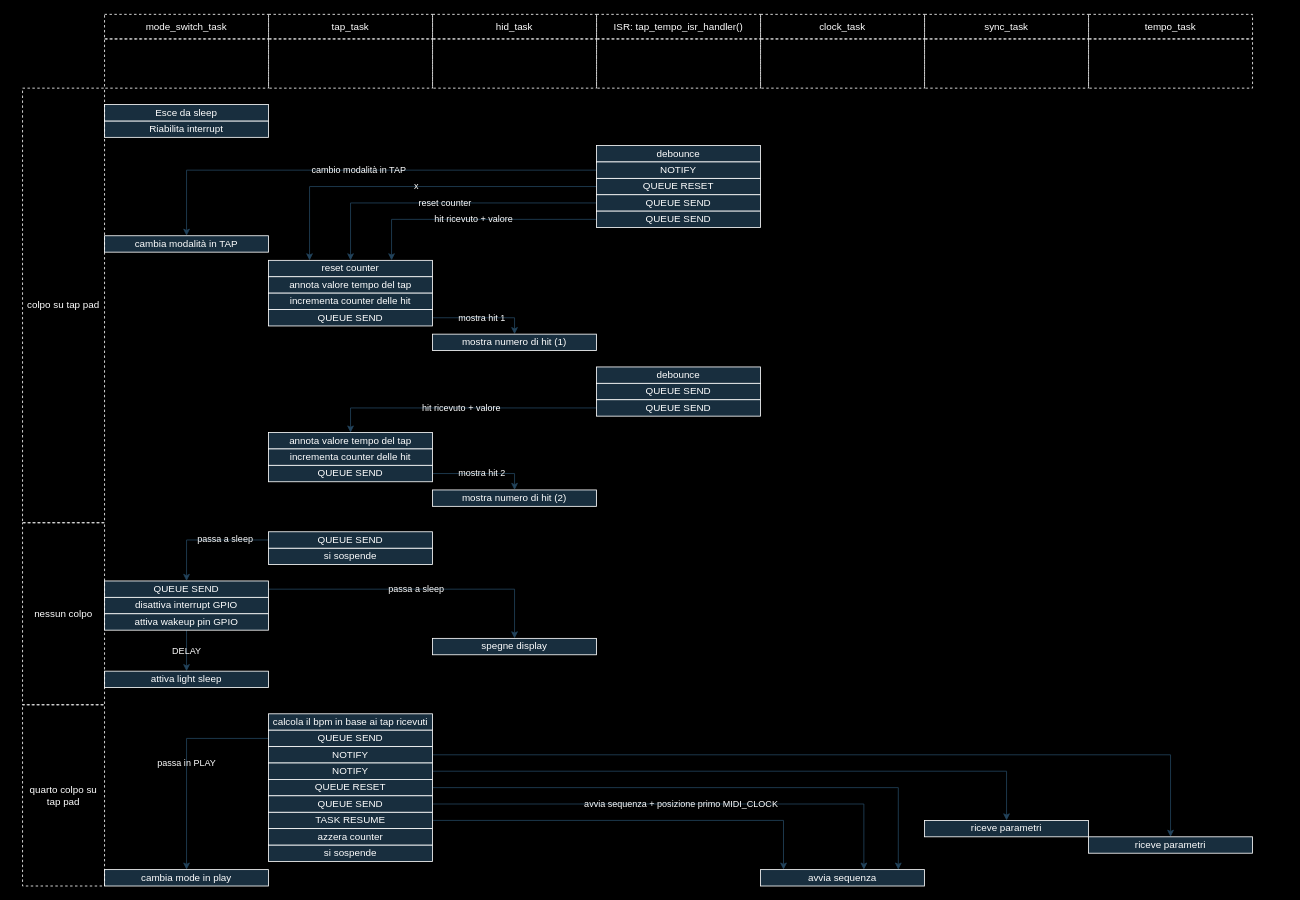
Above: drawings/From_tap_to_clock.drawio in carlo-monti/beat_catcher_2 (draw.io), before the change. Source tidied: cells renumbered, new cells numbered last; positions are measured from the earlier drawing's top-left corner, leaving out a move shared by most shapes. Both pictures are drawn from the tidied source at 82%, with x=0, y=0 at pixel (22, 14).
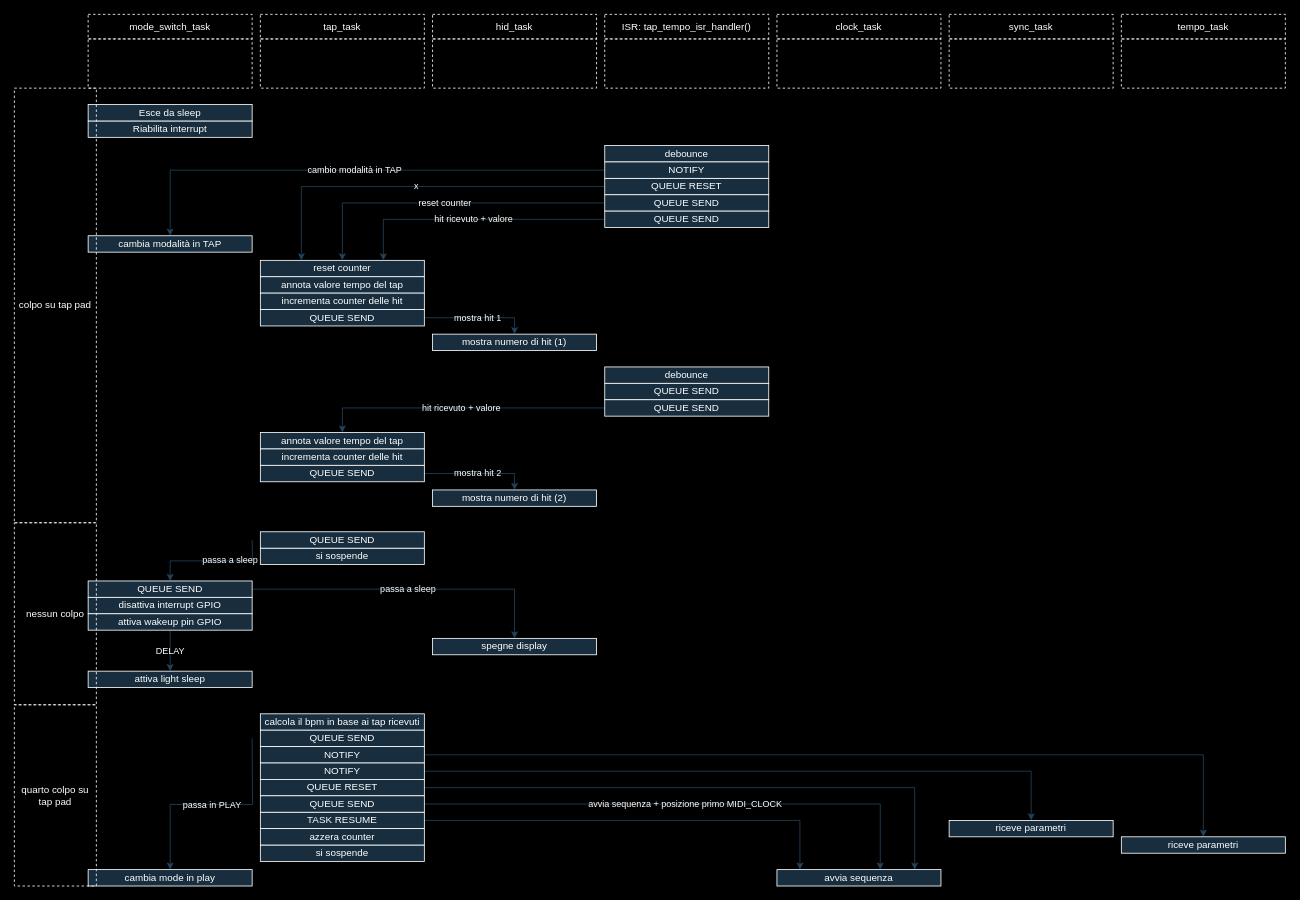
The same page after the edit.

The edit, as a diff of the source:
```diff
@@
     <mxCell id="2" value="&lt;div&gt;Riabilita interrupt&lt;br&gt;&lt;/div&gt;" style="rounded=0;whiteSpace=wrap;html=1;labelBackgroundColor=none;fillColor=#182E3E;strokeColor=#FFFFFF;fontColor=#FFFFFF;" parent="1" vertex="1">
-      <mxGeometry x="100" y="130" width="200" height="20" as="geometry" />
+      <mxGeometry x="80" y="130" width="200" height="20" as="geometry" />
     </mxCell>
@@
     <mxCell id="7" value="reset counter" style="rounded=0;whiteSpace=wrap;html=1;labelBackgroundColor=none;fillColor=#182E3E;strokeColor=#FFFFFF;fontColor=#FFFFFF;" parent="1" vertex="1">
-      <mxGeometry x="300" y="300" width="200" height="20" as="geometry" />
+      <mxGeometry x="290" y="300" width="200" height="20" as="geometry" />
     </mxCell>
@@
     <mxCell id="9" value="cambia modalità in TAP" style="rounded=0;whiteSpace=wrap;html=1;labelBackgroundColor=none;fillColor=#182E3E;strokeColor=#FFFFFF;fontColor=#FFFFFF;" parent="1" vertex="1">
-      <mxGeometry x="100" y="270" width="200" height="20" as="geometry" />
+      <mxGeometry x="80" y="270" width="200" height="20" as="geometry" />
     </mxCell>
     <mxCell id="10" value="debounce" style="rounded=0;whiteSpace=wrap;html=1;labelBackgroundColor=none;fillColor=#182E3E;strokeColor=#FFFFFF;fontColor=#FFFFFF;" parent="1" vertex="1">
-      <mxGeometry x="700" y="430" width="200" height="20" as="geometry" />
+      <mxGeometry x="710" y="430" width="200" height="20" as="geometry" />
     </mxCell>
@@
-    <mxCell id="13" style="edgeStyle=orthogonalEdgeStyle;rounded=0;jettySize=auto;html=1;exitX=0;exitY=0.5;exitDx=0;exitDy=0;entryX=0.5;entryY=0;entryDx=0;entryDy=0;labelBackgroundColor=none;fontColor=#FFFFFF;strokeColor=#23445D;" parent="1" edge="1" source="41" target="17">
-      <mxGeometry relative="1" as="geometry" />
+    <mxCell id="13" style="edgeStyle=orthogonalEdgeStyle;rounded=0;jettySize=auto;html=1;exitX=0;exitY=0.5;exitDx=0;exitDy=0;entryX=0.5;entryY=0;entryDx=0;entryDy=0;labelBackgroundColor=none;fontColor=#FFFFFF;strokeColor=#23445D;" parent="1" edge="1" target="17">
+      <mxGeometry relative="1" as="geometry">
+        <mxPoint x="280" y="641" as="sourcePoint" />
+      </mxGeometry>
     </mxCell>
@@
     <mxCell id="15" value="si sospende" style="rounded=0;whiteSpace=wrap;html=1;labelBackgroundColor=none;fillColor=#182E3E;strokeColor=#FFFFFF;fontColor=#FFFFFF;" parent="1" vertex="1">
-      <mxGeometry x="300" y="651" width="200" height="20" as="geometry" />
+      <mxGeometry x="290" y="651" width="200" height="20" as="geometry" />
     </mxCell>
@@
     <mxCell id="17" value="QUEUE SEND" style="rounded=0;whiteSpace=wrap;html=1;labelBackgroundColor=none;fillColor=#182E3E;strokeColor=#FFFFFF;fontColor=#FFFFFF;" parent="1" vertex="1">
-      <mxGeometry x="100" y="691" width="200" height="20" as="geometry" />
+      <mxGeometry x="80" y="691" width="200" height="20" as="geometry" />
     </mxCell>
@@
     <mxCell id="20" value="TASK RESUME" style="rounded=0;whiteSpace=wrap;html=1;labelBackgroundColor=none;fillColor=#182E3E;strokeColor=#FFFFFF;fontColor=#FFFFFF;" parent="1" vertex="1">
-      <mxGeometry x="300" y="973" width="200" height="20" as="geometry" />
+      <mxGeometry x="290" y="973" width="200" height="20" as="geometry" />
     </mxCell>
     <mxCell id="21" value="cambia mode in play" style="rounded=0;whiteSpace=wrap;html=1;labelBackgroundColor=none;fillColor=#182E3E;strokeColor=#FFFFFF;fontColor=#FFFFFF;" parent="1" vertex="1">
-      <mxGeometry x="100" y="1043" width="200" height="20" as="geometry" />
+      <mxGeometry x="80" y="1043" width="200" height="20" as="geometry" />
     </mxCell>
     <mxCell id="22" value="avvia sequenza" style="rounded=0;whiteSpace=wrap;html=1;points=[[0,0,0,0,0],[0,0.25,0,0,0],[0,0.5,0,0,0],[0,0.75,0,0,0],[0,1,0,0,0],[0.14,0,0,0,0],[0.25,1,0,0,0],[0.38,0,0,0,0],[0.5,1,0,0,0],[0.63,0,0,0,0],[0.75,1,0,0,0],[0.84,0,0,0,0],[1,0,0,0,0],[1,0.25,0,0,0],[1,0.5,0,0,0],[1,0.75,0,0,0],[1,1,0,0,0]];labelBackgroundColor=none;fillColor=#182E3E;strokeColor=#FFFFFF;fontColor=#FFFFFF;" parent="1" vertex="1">
-      <mxGeometry x="900" y="1043" width="200" height="20" as="geometry" />
+      <mxGeometry x="920" y="1043" width="200" height="20" as="geometry" />
     </mxCell>
     <mxCell id="23" value="riceve parametri" style="rounded=0;whiteSpace=wrap;html=1;labelBackgroundColor=none;fillColor=#182E3E;strokeColor=#FFFFFF;fontColor=#FFFFFF;" parent="1" vertex="1">
-      <mxGeometry x="1100" y="983" width="200" height="20" as="geometry" />
+      <mxGeometry x="1130" y="983" width="200" height="20" as="geometry" />
     </mxCell>
     <mxCell id="24" value="riceve parametri" style="rounded=0;whiteSpace=wrap;html=1;labelBackgroundColor=none;fillColor=#182E3E;strokeColor=#FFFFFF;fontColor=#FFFFFF;" parent="1" vertex="1">
-      <mxGeometry x="1300" y="1003" width="200" height="20" as="geometry" />
+      <mxGeometry x="1340" y="1003" width="200" height="20" as="geometry" />
     </mxCell>
     <mxCell id="25" value="debounce" style="rounded=0;whiteSpace=wrap;html=1;labelBackgroundColor=none;fillColor=#182E3E;strokeColor=#FFFFFF;fontColor=#FFFFFF;" parent="1" vertex="1">
-      <mxGeometry x="700" y="160" width="200" height="20" as="geometry" />
+      <mxGeometry x="710" y="160" width="200" height="20" as="geometry" />
     </mxCell>
     <mxCell id="26" value="QUEUE RESET" style="rounded=0;whiteSpace=wrap;html=1;labelBackgroundColor=none;fillColor=#182E3E;strokeColor=#FFFFFF;fontColor=#FFFFFF;" parent="1" vertex="1">
-      <mxGeometry x="700" y="200" width="200" height="20" as="geometry" />
+      <mxGeometry x="710" y="200" width="200" height="20" as="geometry" />
     </mxCell>
     <mxCell id="27" value="NOTIFY" style="rounded=0;whiteSpace=wrap;html=1;labelBackgroundColor=none;fillColor=#182E3E;strokeColor=#FFFFFF;fontColor=#FFFFFF;" parent="1" vertex="1">
-      <mxGeometry x="700" y="180" width="200" height="20" as="geometry" />
+      <mxGeometry x="710" y="180" width="200" height="20" as="geometry" />
     </mxCell>
     <mxCell id="28" value="QUEUE SEND" style="rounded=0;whiteSpace=wrap;html=1;labelBackgroundColor=none;fillColor=#182E3E;strokeColor=#FFFFFF;fontColor=#FFFFFF;" parent="1" vertex="1">
-      <mxGeometry x="700" y="220" width="200" height="20" as="geometry" />
+      <mxGeometry x="710" y="220" width="200" height="20" as="geometry" />
     </mxCell>
@@
     <mxCell id="30" value="QUEUE SEND" style="rounded=0;whiteSpace=wrap;html=1;labelBackgroundColor=none;fillColor=#182E3E;strokeColor=#FFFFFF;fontColor=#FFFFFF;" parent="1" vertex="1">
-      <mxGeometry x="700" y="240" width="200" height="20" as="geometry" />
+      <mxGeometry x="710" y="240" width="200" height="20" as="geometry" />
     </mxCell>
     <mxCell id="31" value="annota valore tempo del tap" style="rounded=0;whiteSpace=wrap;html=1;labelBackgroundColor=none;fillColor=#182E3E;strokeColor=#FFFFFF;fontColor=#FFFFFF;" parent="1" vertex="1">
-      <mxGeometry x="300" y="320" width="200" height="20" as="geometry" />
+      <mxGeometry x="290" y="320" width="200" height="20" as="geometry" />
     </mxCell>
     <mxCell id="32" value="incrementa counter delle hit" style="rounded=0;whiteSpace=wrap;html=1;labelBackgroundColor=none;fillColor=#182E3E;strokeColor=#FFFFFF;fontColor=#FFFFFF;" parent="1" vertex="1">
-      <mxGeometry x="300" y="340" width="200" height="20" as="geometry" />
+      <mxGeometry x="290" y="340" width="200" height="20" as="geometry" />
     </mxCell>
     <mxCell id="33" value="QUEUE SEND" style="rounded=0;whiteSpace=wrap;html=1;labelBackgroundColor=none;fillColor=#182E3E;strokeColor=#FFFFFF;fontColor=#FFFFFF;" parent="1" vertex="1">
-      <mxGeometry x="300" y="360" width="200" height="20" as="geometry" />
+      <mxGeometry x="290" y="360" width="200" height="20" as="geometry" />
     </mxCell>
     <mxCell id="34" value="QUEUE SEND" style="rounded=0;whiteSpace=wrap;html=1;labelBackgroundColor=none;fillColor=#182E3E;strokeColor=#FFFFFF;fontColor=#FFFFFF;" parent="1" vertex="1">
-      <mxGeometry x="700" y="450" width="200" height="20" as="geometry" />
+      <mxGeometry x="710" y="450" width="200" height="20" as="geometry" />
     </mxCell>
@@
     <mxCell id="36" value="QUEUE SEND" style="rounded=0;whiteSpace=wrap;html=1;labelBackgroundColor=none;fillColor=#182E3E;strokeColor=#FFFFFF;fontColor=#FFFFFF;" parent="1" vertex="1">
-      <mxGeometry x="700" y="470" width="200" height="20" as="geometry" />
+      <mxGeometry x="710" y="470" width="200" height="20" as="geometry" />
     </mxCell>
     <mxCell id="37" value="annota valore tempo del tap" style="rounded=0;whiteSpace=wrap;html=1;labelBackgroundColor=none;fillColor=#182E3E;strokeColor=#FFFFFF;fontColor=#FFFFFF;" parent="1" vertex="1">
-      <mxGeometry x="300" y="510" width="200" height="20" as="geometry" />
+      <mxGeometry x="290" y="510" width="200" height="20" as="geometry" />
     </mxCell>
     <mxCell id="38" value="incrementa counter delle hit" style="rounded=0;whiteSpace=wrap;html=1;labelBackgroundColor=none;fillColor=#182E3E;strokeColor=#FFFFFF;fontColor=#FFFFFF;" parent="1" vertex="1">
-      <mxGeometry x="300" y="530" width="200" height="20" as="geometry" />
+      <mxGeometry x="290" y="530" width="200" height="20" as="geometry" />
     </mxCell>
     <mxCell id="39" value="QUEUE SEND" style="rounded=0;whiteSpace=wrap;html=1;labelBackgroundColor=none;fillColor=#182E3E;strokeColor=#FFFFFF;fontColor=#FFFFFF;" parent="1" vertex="1">
-      <mxGeometry x="300" y="550" width="200" height="20" as="geometry" />
+      <mxGeometry x="290" y="550" width="200" height="20" as="geometry" />
     </mxCell>
     <mxCell id="40" value="&lt;div&gt;Esce da sleep&lt;/div&gt;" style="rounded=0;whiteSpace=wrap;html=1;labelBackgroundColor=none;fillColor=#182E3E;strokeColor=#FFFFFF;fontColor=#FFFFFF;" parent="1" vertex="1">
-      <mxGeometry x="100" y="110" width="200" height="20" as="geometry" />
+      <mxGeometry x="80" y="110" width="200" height="20" as="geometry" />
     </mxCell>
     <mxCell id="41" value="QUEUE SEND" style="rounded=0;whiteSpace=wrap;html=1;labelBackgroundColor=none;fillColor=#182E3E;strokeColor=#FFFFFF;fontColor=#FFFFFF;" parent="1" vertex="1">
-      <mxGeometry x="300" y="631" width="200" height="20" as="geometry" />
+      <mxGeometry x="290" y="631" width="200" height="20" as="geometry" />
     </mxCell>
     <mxCell id="42" value="disattiva interrupt GPIO" style="rounded=0;whiteSpace=wrap;html=1;labelBackgroundColor=none;fillColor=#182E3E;strokeColor=#FFFFFF;fontColor=#FFFFFF;" parent="1" vertex="1">
-      <mxGeometry x="100" y="711" width="200" height="20" as="geometry" />
+      <mxGeometry x="80" y="711" width="200" height="20" as="geometry" />
     </mxCell>
@@
     <mxCell id="44" value="attiva wakeup pin GPIO" style="rounded=0;whiteSpace=wrap;html=1;labelBackgroundColor=none;fillColor=#182E3E;strokeColor=#FFFFFF;fontColor=#FFFFFF;" parent="1" vertex="1">
-      <mxGeometry x="100" y="731" width="200" height="20" as="geometry" />
+      <mxGeometry x="80" y="731" width="200" height="20" as="geometry" />
     </mxCell>
     <mxCell id="45" value="attiva light sleep" style="rounded=0;whiteSpace=wrap;html=1;labelBackgroundColor=none;fillColor=#182E3E;strokeColor=#FFFFFF;fontColor=#FFFFFF;" parent="1" vertex="1">
-      <mxGeometry x="100" y="801" width="200" height="20" as="geometry" />
+      <mxGeometry x="80" y="801" width="200" height="20" as="geometry" />
     </mxCell>
     <mxCell id="46" value="calcola il bpm in base ai tap ricevuti" style="rounded=0;whiteSpace=wrap;html=1;labelBackgroundColor=none;fillColor=#182E3E;strokeColor=#FFFFFF;fontColor=#FFFFFF;" parent="1" vertex="1">
-      <mxGeometry x="300" y="853" width="200" height="20" as="geometry" />
+      <mxGeometry x="290" y="853" width="200" height="20" as="geometry" />
     </mxCell>
-    <mxCell id="47" value="passa in PLAY" style="edgeStyle=orthogonalEdgeStyle;rounded=0;jettySize=auto;html=1;exitX=0;exitY=0.5;exitDx=0;exitDy=0;labelBackgroundColor=none;fontColor=#FFFFFF;strokeColor=#23445D;" parent="1" edge="1" source="48" target="21">
-      <mxGeometry relative="1" as="geometry" />
+    <mxCell id="47" value="passa in PLAY" style="edgeStyle=orthogonalEdgeStyle;rounded=0;jettySize=auto;html=1;exitX=0;exitY=0.5;exitDx=0;exitDy=0;labelBackgroundColor=none;fontColor=#FFFFFF;strokeColor=#23445D;" parent="1" edge="1" target="21">
+      <mxGeometry relative="1" as="geometry">
+        <mxPoint x="280" y="883" as="sourcePoint" />
+      </mxGeometry>
     </mxCell>
     <mxCell id="48" value="QUEUE SEND" style="rounded=0;whiteSpace=wrap;html=1;labelBackgroundColor=none;fillColor=#182E3E;strokeColor=#FFFFFF;fontColor=#FFFFFF;" parent="1" vertex="1">
-      <mxGeometry x="300" y="873" width="200" height="20" as="geometry" />
+      <mxGeometry x="290" y="873" width="200" height="20" as="geometry" />
     </mxCell>
@@
     <mxCell id="50" value="NOTIFY" style="rounded=0;whiteSpace=wrap;html=1;labelBackgroundColor=none;fillColor=#182E3E;strokeColor=#FFFFFF;fontColor=#FFFFFF;" parent="1" vertex="1">
-      <mxGeometry x="300" y="893" width="200" height="20" as="geometry" />
+      <mxGeometry x="290" y="893" width="200" height="20" as="geometry" />
     </mxCell>
@@
     <mxCell id="52" value="NOTIFY" style="rounded=0;whiteSpace=wrap;html=1;labelBackgroundColor=none;fillColor=#182E3E;strokeColor=#FFFFFF;fontColor=#FFFFFF;" parent="1" vertex="1">
-      <mxGeometry x="300" y="913" width="200" height="20" as="geometry" />
+      <mxGeometry x="290" y="913" width="200" height="20" as="geometry" />
     </mxCell>
@@
     <mxCell id="54" value="QUEUE RESET" style="rounded=0;whiteSpace=wrap;html=1;labelBackgroundColor=none;fillColor=#182E3E;strokeColor=#FFFFFF;fontColor=#FFFFFF;" parent="1" vertex="1">
-      <mxGeometry x="300" y="933" width="200" height="20" as="geometry" />
+      <mxGeometry x="290" y="933" width="200" height="20" as="geometry" />
     </mxCell>
@@
     <mxCell id="56" value="QUEUE SEND" style="rounded=0;whiteSpace=wrap;html=1;labelBackgroundColor=none;fillColor=#182E3E;strokeColor=#FFFFFF;fontColor=#FFFFFF;" parent="1" vertex="1">
-      <mxGeometry x="300" y="953" width="200" height="20" as="geometry" />
+      <mxGeometry x="290" y="953" width="200" height="20" as="geometry" />
     </mxCell>
     <mxCell id="57" value="si sospende" style="rounded=0;whiteSpace=wrap;html=1;labelBackgroundColor=none;fillColor=#182E3E;strokeColor=#FFFFFF;fontColor=#FFFFFF;" parent="1" vertex="1">
-      <mxGeometry x="300" y="1013" width="200" height="20" as="geometry" />
+      <mxGeometry x="290" y="1013" width="200" height="20" as="geometry" />
     </mxCell>
     <mxCell id="58" value="azzera counter" style="rounded=0;whiteSpace=wrap;html=1;labelBackgroundColor=none;fillColor=#182E3E;strokeColor=#FFFFFF;fontColor=#FFFFFF;" parent="1" vertex="1">
-      <mxGeometry x="300" y="993" width="200" height="20" as="geometry" />
+      <mxGeometry x="290" y="993" width="200" height="20" as="geometry" />
     </mxCell>
     <mxCell id="59" value="mode_switch_task" style="rounded=0;whiteSpace=wrap;html=1;labelBackgroundColor=none;fillColor=none;strokeColor=#FFFFFF;fontColor=#FFFFFF;dashed=1;" parent="1" vertex="1">
-      <mxGeometry x="100" width="200" height="30" as="geometry" />
+      <mxGeometry x="80" width="200" height="30" as="geometry" />
     </mxCell>
     <mxCell id="60" value="tap_task" style="rounded=0;whiteSpace=wrap;html=1;labelBackgroundColor=none;fillColor=none;strokeColor=#FFFFFF;fontColor=#FFFFFF;dashed=1;" parent="1" vertex="1">
-      <mxGeometry x="300" width="200" height="30" as="geometry" />
+      <mxGeometry x="290" width="200" height="30" as="geometry" />
     </mxCell>
@@
     <mxCell id="63" value="ISR: tap_tempo_isr_handler()" style="rounded=0;whiteSpace=wrap;html=1;labelBackgroundColor=none;fillColor=none;strokeColor=#FFFFFF;fontColor=#FFFFFF;dashed=1;" parent="1" vertex="1">
-      <mxGeometry x="700" width="200" height="30" as="geometry" />
+      <mxGeometry x="710" width="200" height="30" as="geometry" />
     </mxCell>
     <mxCell id="64" style="rounded=0;whiteSpace=wrap;html=1;labelBackgroundColor=none;fillColor=none;strokeColor=#FFFFFF;fontColor=#FFFFFF;dashed=1;" parent="1" vertex="1">
-      <mxGeometry x="300" y="30" width="200" height="60" as="geometry" />
+      <mxGeometry x="290" y="30" width="200" height="60" as="geometry" />
     </mxCell>
     <mxCell id="65" value="colpo su tap pad" style="rounded=0;whiteSpace=wrap;html=1;labelBackgroundColor=none;fillColor=none;strokeColor=#FFFFFF;fontColor=#FFFFFF;dashed=1;" parent="1" vertex="1">
-      <mxGeometry y="90" width="100" height="530" as="geometry" />
+      <mxGeometry x="-10" y="90" width="100" height="530" as="geometry" />
     </mxCell>
     <mxCell id="66" style="rounded=0;whiteSpace=wrap;html=1;labelBackgroundColor=none;fillColor=none;strokeColor=#FFFFFF;fontColor=#FFFFFF;dashed=1;" parent="1" vertex="1">
-      <mxGeometry x="700" y="30" width="200" height="60" as="geometry" />
+      <mxGeometry x="710" y="30" width="200" height="60" as="geometry" />
     </mxCell>
     <mxCell id="67" value="clock_task" style="rounded=0;whiteSpace=wrap;html=1;labelBackgroundColor=none;fillColor=none;strokeColor=#FFFFFF;fontColor=#FFFFFF;dashed=1;" parent="1" vertex="1">
-      <mxGeometry x="900" width="200" height="30" as="geometry" />
+      <mxGeometry x="920" width="200" height="30" as="geometry" />
     </mxCell>
     <mxCell id="68" style="rounded=0;whiteSpace=wrap;html=1;labelBackgroundColor=none;fillColor=none;strokeColor=#FFFFFF;fontColor=#FFFFFF;dashed=1;" parent="1" vertex="1">
-      <mxGeometry x="900" y="30" width="200" height="60" as="geometry" />
+      <mxGeometry x="920" y="30" width="200" height="60" as="geometry" />
     </mxCell>
     <mxCell id="69" style="rounded=0;whiteSpace=wrap;html=1;labelBackgroundColor=none;fillColor=none;strokeColor=#FFFFFF;fontColor=#FFFFFF;dashed=1;" parent="1" vertex="1">
-      <mxGeometry x="1100" y="30" width="200" height="60" as="geometry" />
+      <mxGeometry x="1130" y="30" width="200" height="60" as="geometry" />
     </mxCell>
     <mxCell id="70" style="rounded=0;whiteSpace=wrap;html=1;labelBackgroundColor=none;fillColor=none;strokeColor=#FFFFFF;fontColor=#FFFFFF;dashed=1;" parent="1" vertex="1">
-      <mxGeometry x="1300" y="30" width="200" height="60" as="geometry" />
+      <mxGeometry x="1340" y="30" width="200" height="60" as="geometry" />
     </mxCell>
     <mxCell id="71" value="tempo_task" style="rounded=0;whiteSpace=wrap;html=1;labelBackgroundColor=none;fillColor=none;strokeColor=#FFFFFF;fontColor=#FFFFFF;dashed=1;" parent="1" vertex="1">
-      <mxGeometry x="1300" width="200" height="30" as="geometry" />
+      <mxGeometry x="1340" width="200" height="30" as="geometry" />
     </mxCell>
     <mxCell id="72" value="sync_task" style="rounded=0;whiteSpace=wrap;html=1;labelBackgroundColor=none;fillColor=none;strokeColor=#FFFFFF;fontColor=#FFFFFF;dashed=1;" parent="1" vertex="1">
-      <mxGeometry x="1100" width="200" height="30" as="geometry" />
+      <mxGeometry x="1130" width="200" height="30" as="geometry" />
     </mxCell>
     <mxCell id="73" style="rounded=0;whiteSpace=wrap;html=1;labelBackgroundColor=none;fillColor=none;strokeColor=#FFFFFF;fontColor=#FFFFFF;dashed=1;" parent="1" vertex="1">
-      <mxGeometry x="100" y="30" width="200" height="60" as="geometry" />
+      <mxGeometry x="80" y="30" width="200" height="60" as="geometry" />
     </mxCell>
     <mxCell id="74" value="nessun colpo" style="rounded=0;whiteSpace=wrap;html=1;labelBackgroundColor=none;fillColor=none;strokeColor=#FFFFFF;fontColor=#FFFFFF;dashed=1;" parent="1" vertex="1">
-      <mxGeometry y="620" width="100" height="222" as="geometry" />
+      <mxGeometry x="-10" y="620" width="100" height="222" as="geometry" />
     </mxCell>
     <mxCell id="75" value="quarto colpo su tap pad" style="rounded=0;whiteSpace=wrap;html=1;labelBackgroundColor=none;fillColor=none;strokeColor=#FFFFFF;fontColor=#FFFFFF;dashed=1;" parent="1" vertex="1">
-      <mxGeometry y="842" width="100" height="221" as="geometry" />
+      <mxGeometry x="-10" y="842" width="100" height="221" as="geometry" />
     </mxCell>
```
